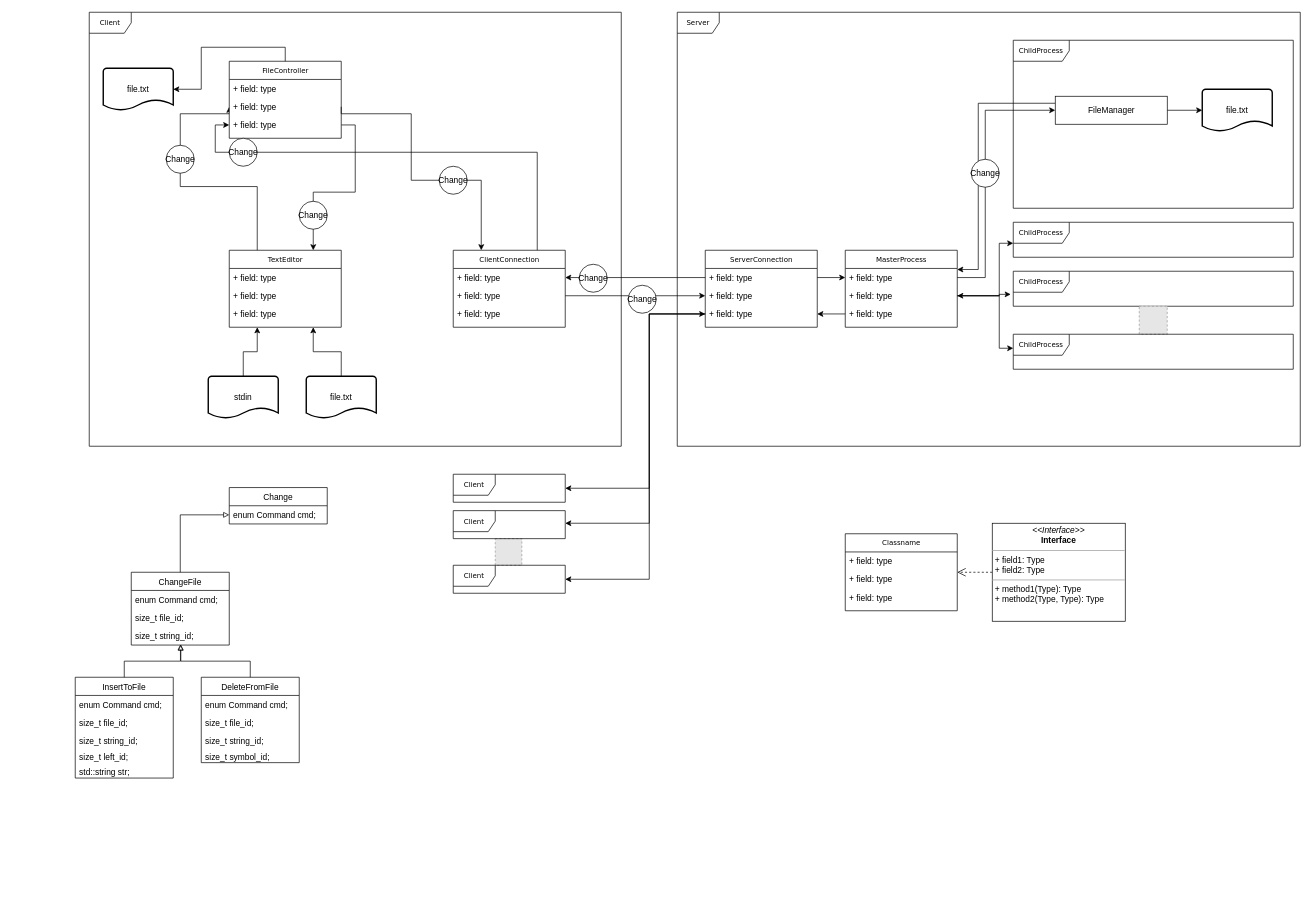
brshpl/ViOn keeps this draw.io diagram as Architecture.drawio. Above is the earlier version. Source tidied: cells renumbered, new cells numbered last; positions are measured from the earlier drawing's top-left corner, leaving out a move shared by most shapes. Both pictures are drawn from the tidied source at 70%, with x=0, y=0 at pixel (75, 12). Pictures stored in the file or linked from it are replaced by grey dashed boxes.
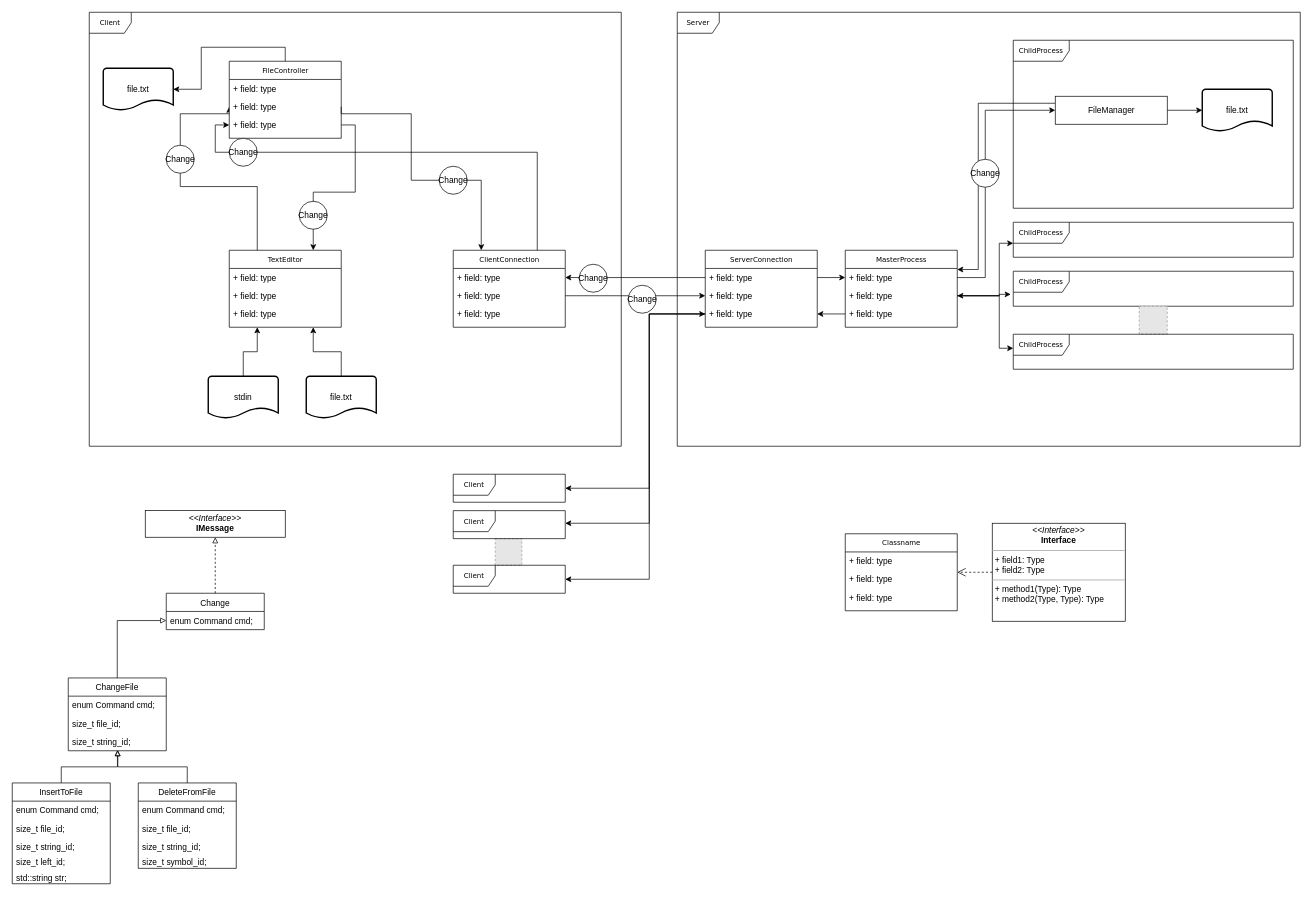
After the change.

Change to the diagram source:
```diff
@@
+    <mxCell id="91" style="edgeStyle=orthogonalEdgeStyle;rounded=0;jettySize=auto;html=1;exitX=0.5;exitY=0;exitDx=0;exitDy=0;entryX=0.5;entryY=1;entryDx=0;entryDy=0;startArrow=none;startFill=0;endArrow=block;endFill=0;dashed=1;" parent="1" edge="1" source="71" target="92">
+      <mxGeometry relative="1" as="geometry" />
+    </mxCell>
     <mxCell id="71" value="Change" style="swimlane;fontStyle=0;horizontal=1;startSize=26;fillColor=none;" parent="1" vertex="1">
-      <mxGeometry x="220" y="679" width="140" height="52" as="geometry" />
+      <mxGeometry x="130" y="830" width="140" height="52" as="geometry" />
     </mxCell>
@@
     <mxCell id="74" value="ChangeFile" style="swimlane;fontStyle=0;horizontal=1;startSize=26;fillColor=none;" parent="1" vertex="1">
-      <mxGeometry x="80" y="800" width="140" height="104" as="geometry" />
+      <mxGeometry x="-10" y="951" width="140" height="104" as="geometry" />
     </mxCell>
@@
     <mxCell id="79" value="InsertToFile" style="swimlane;fontStyle=0;horizontal=1;startSize=26;fillColor=none;" parent="1" vertex="1">
-      <mxGeometry y="950" width="140" height="144" as="geometry" />
+      <mxGeometry x="-90" y="1101" width="140" height="144" as="geometry" />
     </mxCell>
@@
     <mxCell id="86" value="DeleteFromFile" style="swimlane;fontStyle=0;horizontal=1;startSize=26;fillColor=none;" parent="1" vertex="1">
-      <mxGeometry x="180" y="950" width="140" height="122" as="geometry" />
+      <mxGeometry x="90" y="1101" width="140" height="122" as="geometry" />
     </mxCell>
@@
+    <mxCell id="92" value="&lt;p style=&quot;margin: 0px ; margin-top: 4px ; text-align: center&quot;&gt;&lt;i&gt;&amp;lt;&amp;lt;Interface&amp;gt;&amp;gt;&lt;/i&gt;&lt;br&gt;&lt;b&gt;IMessage&lt;/b&gt;&lt;/p&gt;&lt;hr size=&quot;1&quot;&gt;&lt;p style=&quot;margin: 0px ; margin-left: 4px&quot;&gt;&lt;br&gt;&lt;/p&gt;" style="verticalAlign=top;align=left;overflow=fill;fontSize=12;fontFamily=Helvetica;html=1;rounded=0;shadow=0;comic=0;labelBackgroundColor=none;strokeWidth=1;" parent="1" vertex="1">
+      <mxGeometry x="100" y="712" width="200" height="38" as="geometry" />
+    </mxCell>
```
